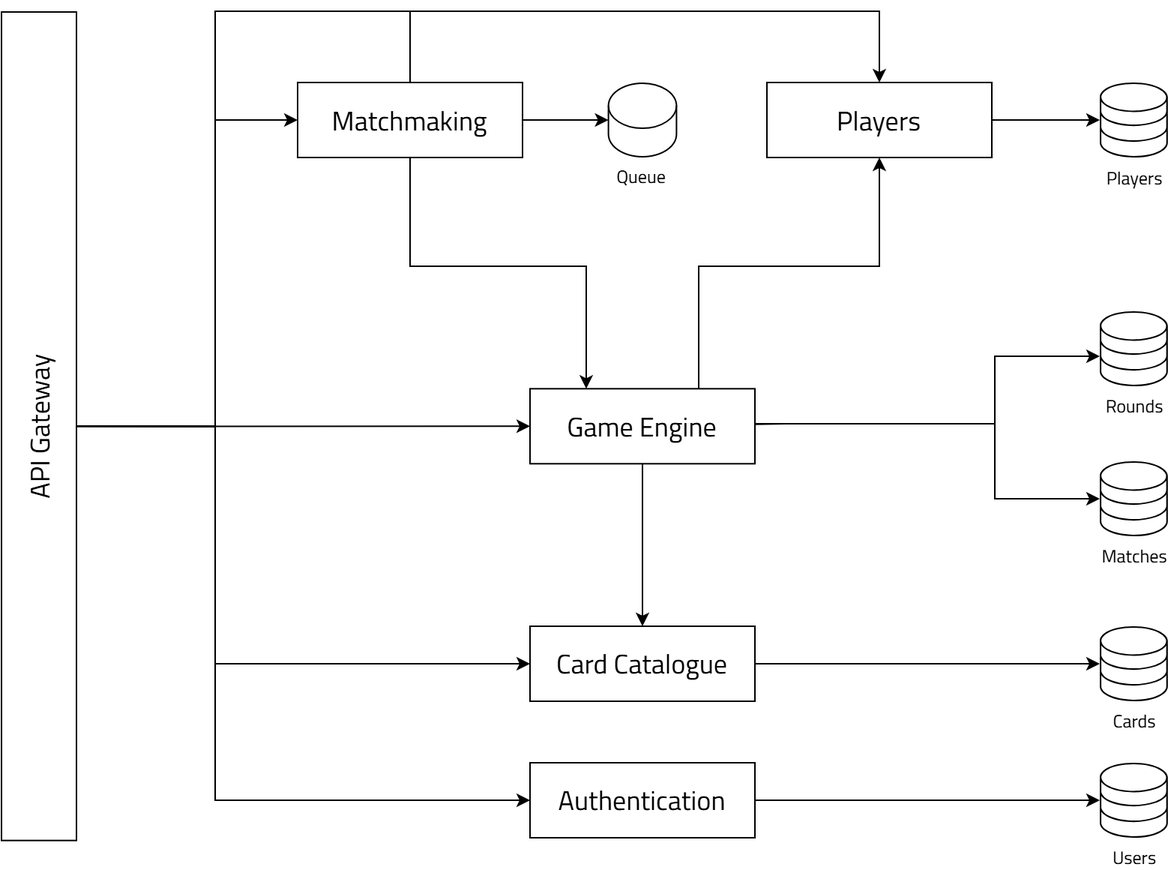
The draw.io diagram docs/images/architecture_report.png in r1olo/ase-project, before a commit. Source tidied: cells renumbered, new cells last; positions are measured from the earlier drawing's top-left corner, leaving out a move shared by most shapes.
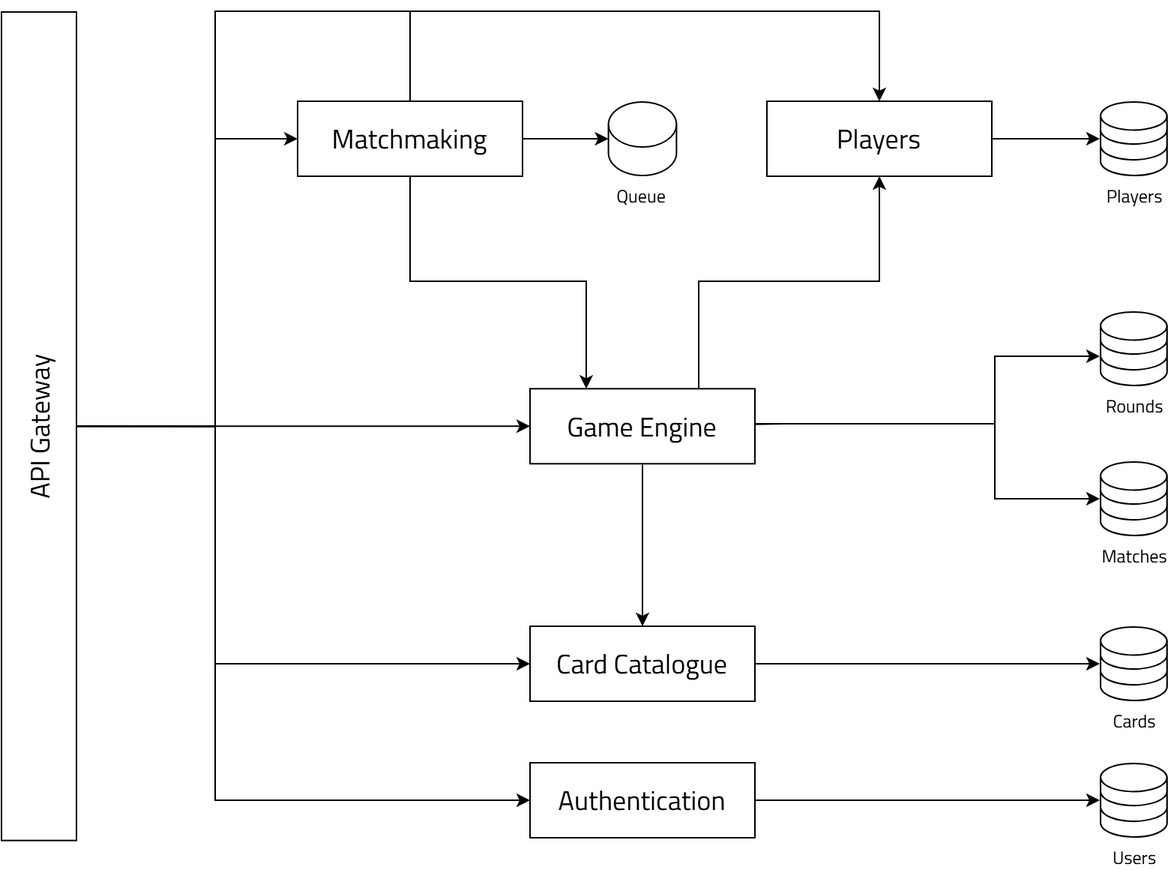
The same diagram one commit later.

What changed in the source:
```diff
@@ -1,34 +1,33 @@
 <mxGraphModel>
   <root>
-    <mxCell id="0" />
-    <mxCell id="1" parent="0" />
+    <mxCell id="29" />
+    <mxCell id="30" parent="29" />
-    <mxCell id="2" style="edgeStyle=orthogonalEdgeStyle;rounded=0;jettySize=auto;html=1;startArrow=none;startFill=0;" parent="1" edge="1" source="3" target="15">
+    <mxCell id="2" style="edgeStyle=orthogonalEdgeStyle;rounded=0;jettySize=auto;html=1;startArrow=none;startFill=0;" parent="30" edge="1" source="3" target="15">
       <mxGeometry relative="1" as="geometry" />
     </mxCell>
-    <mxCell id="3" value="&lt;font style=&quot;font-size: 18px;&quot;&gt;Authentication&lt;/font&gt;" style="rounded=0;whiteSpace=wrap;html=1;fontFamily=Titillium Web;fontSource=https%3A%2F%2Ffonts.googleapis.com%2Fcss2%3Ffamily%3DTitillium%2BWeb%3Aital%2Cwght%400%2C200%3B0%2C300%3B0%2C400%3B0%2C600%3B0%2C700%3B0%2C900%3B1%2C200%3B1%2C300%3B1%2C400%3B1%2C600%3B1%2C700%26display%3Dswap;fillColor=none;" parent="1" vertex="1">
+    <mxCell id="3" value="&lt;font style=&quot;font-size: 18px;&quot;&gt;Authentication&lt;/font&gt;" style="rounded=0;whiteSpace=wrap;html=1;fontFamily=Titillium Web;fontSource=https%3A%2F%2Ffonts.googleapis.com%2Fcss2%3Ffamily%3DTitillium%2BWeb%3Aital%2Cwght%400%2C200%3B0%2C300%3B0%2C400%3B0%2C600%3B0%2C700%3B0%2C900%3B1%2C200%3B1%2C300%3B1%2C400%3B1%2C600%3B1%2C700%26display%3Dswap;fillColor=none;" parent="30" vertex="1">
       <mxGeometry x="604" y="501" width="150" height="50" as="geometry" />
     </mxCell>
-    <mxCell id="4" style="edgeStyle=orthogonalEdgeStyle;rounded=0;jettySize=auto;html=1;startArrow=none;startFill=0;endArrow=classic;endFill=1;entryX=0.25;entryY=0;entryDx=0;entryDy=0;exitX=0.5;exitY=1;exitDx=0;exitDy=0;" parent="1" edge="1" source="7" target="11">
+    <mxCell id="4" style="edgeStyle=orthogonalEdgeStyle;rounded=0;jettySize=auto;html=1;startArrow=none;startFill=0;endArrow=classic;endFill=1;entryX=0.25;entryY=0;entryDx=0;entryDy=0;exitX=0.5;exitY=1;exitDx=0;exitDy=0;" parent="30" edge="1" source="7" target="11">
       <mxGeometry relative="1" as="geometry">
         <Array as="points">
-          <mxPoint x="524" y="170" />
-          <mxPoint x="642" y="170" />
-          <mxPoint x="642" y="252" />
+          <mxPoint x="524" y="180" />
+          <mxPoint x="642" y="180" />
         </Array>
       </mxGeometry>
     </mxCell>
-    <mxCell id="5" style="edgeStyle=orthogonalEdgeStyle;rounded=0;jettySize=auto;html=1;exitX=1;exitY=0.5;exitDx=0;exitDy=0;" parent="1" edge="1" source="25" target="14">
+    <mxCell id="5" style="edgeStyle=orthogonalEdgeStyle;rounded=0;jettySize=auto;html=1;exitX=1;exitY=0.5;exitDx=0;exitDy=0;" parent="30" edge="1" source="25" target="14">
       <mxGeometry relative="1" as="geometry" />
     </mxCell>
-    <mxCell id="6" style="edgeStyle=orthogonalEdgeStyle;rounded=0;jettySize=auto;html=1;endArrow=none;endFill=0;" parent="1" edge="1" source="7">
-      <mxGeometry relative="1" as="geometry">
-        <mxPoint x="524" as="targetPoint" />
-      </mxGeometry>
-    </mxCell>
+    <mxCell id="31" style="edgeStyle=orthogonalEdgeStyle;rounded=0;jettySize=auto;html=1;endArrow=none;endFill=0;" parent="30" edge="1" source="7">
+      <mxGeometry relative="1" as="geometry">
+        <mxPoint x="524" as="targetPoint" />
+      </mxGeometry>
+    </mxCell>
-    <mxCell id="7" value="&lt;font style=&quot;font-size: 18px;&quot;&gt;Matchmaking&lt;/font&gt;" style="rounded=0;whiteSpace=wrap;html=1;fontFamily=Titillium Web;fontSource=https%3A%2F%2Ffonts.googleapis.com%2Fcss2%3Ffamily%3DTitillium%2BWeb%3Aital%2Cwght%400%2C200%3B0%2C300%3B0%2C400%3B0%2C600%3B0%2C700%3B0%2C900%3B1%2C200%3B1%2C300%3B1%2C400%3B1%2C600%3B1%2C700%26display%3Dswap;fillColor=none;" parent="1" vertex="1">
-      <mxGeometry x="449" y="47.5" width="150" height="50" as="geometry" />
+    <mxCell id="7" value="&lt;font style=&quot;font-size: 18px;&quot;&gt;Matchmaking&lt;/font&gt;" style="rounded=0;whiteSpace=wrap;html=1;fontFamily=Titillium Web;fontSource=https%3A%2F%2Ffonts.googleapis.com%2Fcss2%3Ffamily%3DTitillium%2BWeb%3Aital%2Cwght%400%2C200%3B0%2C300%3B0%2C400%3B0%2C600%3B0%2C700%3B0%2C900%3B1%2C200%3B1%2C300%3B1%2C400%3B1%2C600%3B1%2C700%26display%3Dswap;fillColor=none;" parent="30" vertex="1">
+      <mxGeometry x="449" y="60" width="150" height="50" as="geometry" />
     </mxCell>
-    <mxCell id="8" style="edgeStyle=orthogonalEdgeStyle;rounded=0;jettySize=auto;html=1;startArrow=none;startFill=0;" parent="1" edge="1" source="11" target="17">
+    <mxCell id="8" style="edgeStyle=orthogonalEdgeStyle;rounded=0;jettySize=auto;html=1;startArrow=none;startFill=0;" parent="30" edge="1" source="11" target="17">
       <mxGeometry relative="1" as="geometry">
         <Array as="points">
           <mxPoint x="914" y="275" />
@@ -36,7 +35,7 @@
         </Array>
       </mxGeometry>
     </mxCell>
-    <mxCell id="9" style="rounded=0;jettySize=auto;html=1;startArrow=none;startFill=0;" parent="1" edge="1" source="11" target="16">
+    <mxCell id="9" style="rounded=0;jettySize=auto;html=1;startArrow=none;startFill=0;" parent="30" edge="1" source="11" target="16">
       <mxGeometry relative="1" as="geometry">
         <Array as="points">
           <mxPoint x="774" y="275" />
@@ -45,39 +44,39 @@
         </Array>
       </mxGeometry>
     </mxCell>
-    <mxCell id="10" style="edgeStyle=orthogonalEdgeStyle;rounded=0;jettySize=auto;html=1;" parent="1" edge="1" source="11" target="13">
+    <mxCell id="10" style="edgeStyle=orthogonalEdgeStyle;rounded=0;jettySize=auto;html=1;" parent="30" edge="1" source="11" target="13">
       <mxGeometry relative="1" as="geometry" />
     </mxCell>
-    <mxCell id="11" value="&lt;font style=&quot;font-size: 18px;&quot;&gt;Game Engine&lt;/font&gt;" style="rounded=0;whiteSpace=wrap;html=1;fontFamily=Titillium Web;fontSource=https%3A%2F%2Ffonts.googleapis.com%2Fcss2%3Ffamily%3DTitillium%2BWeb%3Aital%2Cwght%400%2C200%3B0%2C300%3B0%2C400%3B0%2C600%3B0%2C700%3B0%2C900%3B1%2C200%3B1%2C300%3B1%2C400%3B1%2C600%3B1%2C700%26display%3Dswap;fillColor=none;" parent="1" vertex="1">
+    <mxCell id="11" value="&lt;font style=&quot;font-size: 18px;&quot;&gt;Game Engine&lt;/font&gt;" style="rounded=0;whiteSpace=wrap;html=1;fontFamily=Titillium Web;fontSource=https%3A%2F%2Ffonts.googleapis.com%2Fcss2%3Ffamily%3DTitillium%2BWeb%3Aital%2Cwght%400%2C200%3B0%2C300%3B0%2C400%3B0%2C600%3B0%2C700%3B0%2C900%3B1%2C200%3B1%2C300%3B1%2C400%3B1%2C600%3B1%2C700%26display%3Dswap;fillColor=none;" parent="30" vertex="1">
       <mxGeometry x="604" y="251.7" width="150" height="50" as="geometry" />
     </mxCell>
-    <mxCell id="12" style="rounded=0;jettySize=auto;html=1;startArrow=none;startFill=0;edgeStyle=orthogonalEdgeStyle;" parent="1" edge="1" source="13" target="23">
+    <mxCell id="12" style="rounded=0;jettySize=auto;html=1;startArrow=none;startFill=0;edgeStyle=orthogonalEdgeStyle;" parent="30" edge="1" source="13" target="23">
       <mxGeometry relative="1" as="geometry" />
     </mxCell>
-    <mxCell id="13" value="&lt;font style=&quot;font-size: 18px;&quot;&gt;Card Catalogue&lt;/font&gt;" style="rounded=0;whiteSpace=wrap;html=1;fontFamily=Titillium Web;fontSource=https%3A%2F%2Ffonts.googleapis.com%2Fcss2%3Ffamily%3DTitillium%2BWeb%3Aital%2Cwght%400%2C200%3B0%2C300%3B0%2C400%3B0%2C600%3B0%2C700%3B0%2C900%3B1%2C200%3B1%2C300%3B1%2C400%3B1%2C600%3B1%2C700%26display%3Dswap;fillColor=none;" parent="1" vertex="1">
+    <mxCell id="13" value="&lt;font style=&quot;font-size: 18px;&quot;&gt;Card Catalogue&lt;/font&gt;" style="rounded=0;whiteSpace=wrap;html=1;fontFamily=Titillium Web;fontSource=https%3A%2F%2Ffonts.googleapis.com%2Fcss2%3Ffamily%3DTitillium%2BWeb%3Aital%2Cwght%400%2C200%3B0%2C300%3B0%2C400%3B0%2C600%3B0%2C700%3B0%2C900%3B1%2C200%3B1%2C300%3B1%2C400%3B1%2C600%3B1%2C700%26display%3Dswap;fillColor=none;" parent="30" vertex="1">
       <mxGeometry x="604" y="410" width="150" height="50" as="geometry" />
     </mxCell>
-    <mxCell id="14" value="Players" style="sketch=0;verticalLabelPosition=bottom;sketch=0;html=1;verticalAlign=top;strokeColor=none;fillColor=#000000;align=center;outlineConnect=0;shape=mxgraph.citrix2.site_database;fontFamily=Titillium Web;fontSource=https%3A%2F%2Ffonts.googleapis.com%2Fcss2%3Ffamily%3DTitillium%2BWeb%3Aital%2Cwght%400%2C200%3B0%2C300%3B0%2C400%3B0%2C600%3B0%2C700%3B0%2C900%3B1%2C200%3B1%2C300%3B1%2C400%3B1%2C600%3B1%2C700%26display%3Dswap;" parent="1" vertex="1">
-      <mxGeometry x="984" y="47.5" width="45.4" height="50" as="geometry" />
+    <mxCell id="14" value="Players" style="sketch=0;verticalLabelPosition=bottom;sketch=0;html=1;verticalAlign=top;strokeColor=none;fillColor=#000000;align=center;outlineConnect=0;shape=mxgraph.citrix2.site_database;fontFamily=Titillium Web;fontSource=https%3A%2F%2Ffonts.googleapis.com%2Fcss2%3Ffamily%3DTitillium%2BWeb%3Aital%2Cwght%400%2C200%3B0%2C300%3B0%2C400%3B0%2C600%3B0%2C700%3B0%2C900%3B1%2C200%3B1%2C300%3B1%2C400%3B1%2C600%3B1%2C700%26display%3Dswap;" parent="30" vertex="1">
+      <mxGeometry x="984" y="60" width="45.4" height="50" as="geometry" />
     </mxCell>
-    <mxCell id="15" value="Users" style="sketch=0;verticalLabelPosition=bottom;sketch=0;html=1;verticalAlign=top;strokeColor=none;fillColor=#000000;align=center;outlineConnect=0;shape=mxgraph.citrix2.site_database;fontFamily=Titillium Web;fontSource=https%3A%2F%2Ffonts.googleapis.com%2Fcss2%3Ffamily%3DTitillium%2BWeb%3Aital%2Cwght%400%2C200%3B0%2C300%3B0%2C400%3B0%2C600%3B0%2C700%3B0%2C900%3B1%2C200%3B1%2C300%3B1%2C400%3B1%2C600%3B1%2C700%26display%3Dswap;" parent="1" vertex="1">
+    <mxCell id="15" value="Users" style="sketch=0;verticalLabelPosition=bottom;sketch=0;html=1;verticalAlign=top;strokeColor=none;fillColor=#000000;align=center;outlineConnect=0;shape=mxgraph.citrix2.site_database;fontFamily=Titillium Web;fontSource=https%3A%2F%2Ffonts.googleapis.com%2Fcss2%3Ffamily%3DTitillium%2BWeb%3Aital%2Cwght%400%2C200%3B0%2C300%3B0%2C400%3B0%2C600%3B0%2C700%3B0%2C900%3B1%2C200%3B1%2C300%3B1%2C400%3B1%2C600%3B1%2C700%26display%3Dswap;" parent="30" vertex="1">
       <mxGeometry x="984" y="501" width="45.4" height="50" as="geometry" />
     </mxCell>
-    <mxCell id="16" value="Matches" style="sketch=0;verticalLabelPosition=bottom;sketch=0;html=1;verticalAlign=top;strokeColor=none;fillColor=#000000;align=center;outlineConnect=0;shape=mxgraph.citrix2.site_database;fontFamily=Titillium Web;fontSource=https%3A%2F%2Ffonts.googleapis.com%2Fcss2%3Ffamily%3DTitillium%2BWeb%3Aital%2Cwght%400%2C200%3B0%2C300%3B0%2C400%3B0%2C600%3B0%2C700%3B0%2C900%3B1%2C200%3B1%2C300%3B1%2C400%3B1%2C600%3B1%2C700%26display%3Dswap;" parent="1" vertex="1">
+    <mxCell id="16" value="Matches" style="sketch=0;verticalLabelPosition=bottom;sketch=0;html=1;verticalAlign=top;strokeColor=none;fillColor=#000000;align=center;outlineConnect=0;shape=mxgraph.citrix2.site_database;fontFamily=Titillium Web;fontSource=https%3A%2F%2Ffonts.googleapis.com%2Fcss2%3Ffamily%3DTitillium%2BWeb%3Aital%2Cwght%400%2C200%3B0%2C300%3B0%2C400%3B0%2C600%3B0%2C700%3B0%2C900%3B1%2C200%3B1%2C300%3B1%2C400%3B1%2C600%3B1%2C700%26display%3Dswap;" parent="30" vertex="1">
       <mxGeometry x="984" y="300" width="45.4" height="50" as="geometry" />
     </mxCell>
-    <mxCell id="17" value="&lt;div&gt;Rounds&lt;/div&gt;&lt;div&gt;&lt;br&gt;&lt;/div&gt;" style="sketch=0;verticalLabelPosition=bottom;sketch=0;html=1;verticalAlign=top;strokeColor=none;fillColor=#000000;align=center;outlineConnect=0;shape=mxgraph.citrix2.site_database;fontFamily=Titillium Web;fontSource=https%3A%2F%2Ffonts.googleapis.com%2Fcss2%3Ffamily%3DTitillium%2BWeb%3Aital%2Cwght%400%2C200%3B0%2C300%3B0%2C400%3B0%2C600%3B0%2C700%3B0%2C900%3B1%2C200%3B1%2C300%3B1%2C400%3B1%2C600%3B1%2C700%26display%3Dswap;gradientColor=default;" parent="1" vertex="1">
+    <mxCell id="17" value="&lt;div&gt;Rounds&lt;/div&gt;&lt;div&gt;&lt;br&gt;&lt;/div&gt;" style="sketch=0;verticalLabelPosition=bottom;sketch=0;html=1;verticalAlign=top;strokeColor=none;fillColor=#000000;align=center;outlineConnect=0;shape=mxgraph.citrix2.site_database;fontFamily=Titillium Web;fontSource=https%3A%2F%2Ffonts.googleapis.com%2Fcss2%3Ffamily%3DTitillium%2BWeb%3Aital%2Cwght%400%2C200%3B0%2C300%3B0%2C400%3B0%2C600%3B0%2C700%3B0%2C900%3B1%2C200%3B1%2C300%3B1%2C400%3B1%2C600%3B1%2C700%26display%3Dswap;gradientColor=default;" parent="30" vertex="1">
       <mxGeometry x="984" y="200" width="45.4" height="50" as="geometry" />
     </mxCell>
-    <mxCell id="18" style="edgeStyle=orthogonalEdgeStyle;rounded=0;jettySize=auto;html=1;exitX=0.5;exitY=1;exitDx=0;exitDy=0;entryX=0;entryY=0.5;entryDx=0;entryDy=0;" parent="1" edge="1" source="22" target="7">
+    <mxCell id="18" style="edgeStyle=orthogonalEdgeStyle;rounded=0;jettySize=auto;html=1;exitX=0.5;exitY=1;exitDx=0;exitDy=0;entryX=0;entryY=0.5;entryDx=0;entryDy=0;" parent="30" edge="1" source="22" target="7">
       <mxGeometry relative="1" as="geometry">
         <Array as="points">
           <mxPoint x="394" y="277" />
-          <mxPoint x="394" y="73" />
+          <mxPoint x="394" y="85" />
         </Array>
       </mxGeometry>
     </mxCell>
-    <mxCell id="19" style="edgeStyle=orthogonalEdgeStyle;rounded=0;jettySize=auto;html=1;entryX=0;entryY=0.5;entryDx=0;entryDy=0;exitX=0.5;exitY=1;exitDx=0;exitDy=0;" parent="1" edge="1" source="22" target="11">
+    <mxCell id="19" style="edgeStyle=orthogonalEdgeStyle;rounded=0;jettySize=auto;html=1;entryX=0;entryY=0.5;entryDx=0;entryDy=0;exitX=0.5;exitY=1;exitDx=0;exitDy=0;" parent="30" edge="1" source="22" target="11">
       <mxGeometry relative="1" as="geometry">
         <Array as="points">
           <mxPoint x="394" y="277" />
@@ -85,7 +84,7 @@
         </Array>
       </mxGeometry>
     </mxCell>
-    <mxCell id="20" style="edgeStyle=orthogonalEdgeStyle;rounded=0;jettySize=auto;html=1;exitX=0.5;exitY=1;exitDx=0;exitDy=0;entryX=0;entryY=0.5;entryDx=0;entryDy=0;" parent="1" edge="1" source="22" target="13">
+    <mxCell id="20" style="edgeStyle=orthogonalEdgeStyle;rounded=0;jettySize=auto;html=1;exitX=0.5;exitY=1;exitDx=0;exitDy=0;entryX=0;entryY=0.5;entryDx=0;entryDy=0;" parent="30" edge="1" source="22" target="13">
       <mxGeometry relative="1" as="geometry">
         <Array as="points">
           <mxPoint x="394" y="277" />
@@ -93,7 +92,7 @@
         </Array>
       </mxGeometry>
     </mxCell>
-    <mxCell id="21" style="edgeStyle=orthogonalEdgeStyle;rounded=0;jettySize=auto;html=1;entryX=0;entryY=0.5;entryDx=0;entryDy=0;exitX=0.5;exitY=1;exitDx=0;exitDy=0;" parent="1" edge="1" source="22" target="3">
+    <mxCell id="21" style="edgeStyle=orthogonalEdgeStyle;rounded=0;jettySize=auto;html=1;entryX=0;entryY=0.5;entryDx=0;entryDy=0;exitX=0.5;exitY=1;exitDx=0;exitDy=0;" parent="30" edge="1" source="22" target="3">
       <mxGeometry relative="1" as="geometry">
         <Array as="points">
           <mxPoint x="394" y="277" />
@@ -101,24 +100,24 @@
         </Array>
       </mxGeometry>
     </mxCell>
-    <mxCell id="22" value="&lt;font style=&quot;font-size: 18px;&quot;&gt;API Gateway&lt;/font&gt;" style="rounded=0;whiteSpace=wrap;html=1;fontFamily=Titillium Web;fontSource=https%3A%2F%2Ffonts.googleapis.com%2Fcss2%3Ffamily%3DTitillium%2BWeb%3Aital%2Cwght%400%2C200%3B0%2C300%3B0%2C400%3B0%2C600%3B0%2C700%3B0%2C900%3B1%2C200%3B1%2C300%3B1%2C400%3B1%2C600%3B1%2C700%26display%3Dswap;rotation=-90;fillColor=none;" parent="1" vertex="1">
+    <mxCell id="22" value="&lt;font style=&quot;font-size: 18px;&quot;&gt;API Gateway&lt;/font&gt;" style="rounded=0;whiteSpace=wrap;html=1;fontFamily=Titillium Web;fontSource=https%3A%2F%2Ffonts.googleapis.com%2Fcss2%3Ffamily%3DTitillium%2BWeb%3Aital%2Cwght%400%2C200%3B0%2C300%3B0%2C400%3B0%2C600%3B0%2C700%3B0%2C900%3B1%2C200%3B1%2C300%3B1%2C400%3B1%2C600%3B1%2C700%26display%3Dswap;rotation=-90;fillColor=none;" parent="30" vertex="1">
       <mxGeometry x="0.3" y="251.7" width="552.3" height="50" as="geometry" />
     </mxCell>
-    <mxCell id="23" value="Cards" style="sketch=0;verticalLabelPosition=bottom;sketch=0;html=1;verticalAlign=top;strokeColor=none;fillColor=#000000;align=center;outlineConnect=0;shape=mxgraph.citrix2.site_database;fontFamily=Titillium Web;fontSource=https%3A%2F%2Ffonts.googleapis.com%2Fcss2%3Ffamily%3DTitillium%2BWeb%3Aital%2Cwght%400%2C200%3B0%2C300%3B0%2C400%3B0%2C600%3B0%2C700%3B0%2C900%3B1%2C200%3B1%2C300%3B1%2C400%3B1%2C600%3B1%2C700%26display%3Dswap;" parent="1" vertex="1">
+    <mxCell id="23" value="Cards" style="sketch=0;verticalLabelPosition=bottom;sketch=0;html=1;verticalAlign=top;strokeColor=none;fillColor=#000000;align=center;outlineConnect=0;shape=mxgraph.citrix2.site_database;fontFamily=Titillium Web;fontSource=https%3A%2F%2Ffonts.googleapis.com%2Fcss2%3Ffamily%3DTitillium%2BWeb%3Aital%2Cwght%400%2C200%3B0%2C300%3B0%2C400%3B0%2C600%3B0%2C700%3B0%2C900%3B1%2C200%3B1%2C300%3B1%2C400%3B1%2C600%3B1%2C700%26display%3Dswap;" parent="30" vertex="1">
       <mxGeometry x="984" y="410" width="45.4" height="50" as="geometry" />
     </mxCell>
-    <mxCell id="24" style="edgeStyle=orthogonalEdgeStyle;rounded=0;jettySize=auto;html=1;exitX=0.5;exitY=1;exitDx=0;exitDy=0;entryX=0.75;entryY=0;entryDx=0;entryDy=0;endArrow=none;endFill=0;startArrow=classic;startFill=1;" parent="1" edge="1" source="25" target="11">
+    <mxCell id="24" style="edgeStyle=orthogonalEdgeStyle;rounded=0;jettySize=auto;html=1;exitX=0.5;exitY=1;exitDx=0;exitDy=0;entryX=0.75;entryY=0;entryDx=0;entryDy=0;endArrow=none;endFill=0;startArrow=classic;startFill=1;" parent="30" edge="1" source="25" target="11">
       <mxGeometry relative="1" as="geometry">
         <Array as="points">
-          <mxPoint x="837" y="170" />
-          <mxPoint x="717" y="170" />
+          <mxPoint x="837" y="180" />
+          <mxPoint x="717" y="180" />
         </Array>
       </mxGeometry>
     </mxCell>
-    <mxCell id="25" value="&lt;font style=&quot;font-size: 18px;&quot;&gt;Players&lt;/font&gt;" style="rounded=0;whiteSpace=wrap;html=1;fontFamily=Titillium Web;fontSource=https%3A%2F%2Ffonts.googleapis.com%2Fcss2%3Ffamily%3DTitillium%2BWeb%3Aital%2Cwght%400%2C200%3B0%2C300%3B0%2C400%3B0%2C600%3B0%2C700%3B0%2C900%3B1%2C200%3B1%2C300%3B1%2C400%3B1%2C600%3B1%2C700%26display%3Dswap;fillColor=none;" parent="1" vertex="1">
-      <mxGeometry x="762" y="47.5" width="150" height="50" as="geometry" />
+    <mxCell id="25" value="&lt;font style=&quot;font-size: 18px;&quot;&gt;Players&lt;/font&gt;" style="rounded=0;whiteSpace=wrap;html=1;fontFamily=Titillium Web;fontSource=https%3A%2F%2Ffonts.googleapis.com%2Fcss2%3Ffamily%3DTitillium%2BWeb%3Aital%2Cwght%400%2C200%3B0%2C300%3B0%2C400%3B0%2C600%3B0%2C700%3B0%2C900%3B1%2C200%3B1%2C300%3B1%2C400%3B1%2C600%3B1%2C700%26display%3Dswap;fillColor=none;" parent="30" vertex="1">
+      <mxGeometry x="762" y="60" width="150" height="50" as="geometry" />
     </mxCell>
-    <mxCell id="26" style="endArrow=classic;html=1;rounded=0;exitX=0.5;exitY=1;exitDx=0;exitDy=0;entryX=0.5;entryY=0;entryDx=0;entryDy=0;" parent="1" edge="1" source="22" target="25">
+    <mxCell id="26" style="endArrow=classic;html=1;rounded=0;exitX=0.5;exitY=1;exitDx=0;exitDy=0;entryX=0.5;entryY=0;entryDx=0;entryDy=0;" parent="30" edge="1" source="22" target="25">
       <mxGeometry relative="1" as="geometry">
         <Array as="points">
           <mxPoint x="394" y="277" />
@@ -128,11 +127,11 @@
         </Array>
       </mxGeometry>
     </mxCell>
-    <mxCell id="27" style="endArrow=classic;startArrow=none;html=1;rounded=0;startFill=0;exitX=1;exitY=0.5;exitDx=0;exitDy=0;entryX=0;entryY=0.5;entryDx=0;entryDy=0;entryPerimeter=0;" parent="1" edge="1" source="7" target="28">
+    <mxCell id="27" style="endArrow=classic;startArrow=none;html=1;rounded=0;startFill=0;exitX=1;exitY=0.5;exitDx=0;exitDy=0;entryX=0;entryY=0.5;entryDx=0;entryDy=0;entryPerimeter=0;" parent="30" edge="1" source="7" target="28">
       <mxGeometry relative="1" as="geometry" />
     </mxCell>
-    <mxCell id="28" value="Queue" style="shape=cylinder3;whiteSpace=wrap;html=1;boundedLbl=1;backgroundOutline=1;size=15;fontFamily=Titillium Web;fontSource=https%3A%2F%2Ffonts.googleapis.com%2Fcss%3Ffamily%3DTitillium%2BWeb;labelPosition=center;verticalLabelPosition=bottom;align=center;verticalAlign=top;fillColor=none;" parent="1" vertex="1">
-      <mxGeometry x="656.3" y="48" width="45.4" height="49" as="geometry" />
+    <mxCell id="28" value="Queue" style="shape=cylinder3;whiteSpace=wrap;html=1;boundedLbl=1;backgroundOutline=1;size=15;fontFamily=Titillium Web;fontSource=https%3A%2F%2Ffonts.googleapis.com%2Fcss%3Ffamily%3DTitillium%2BWeb;labelPosition=center;verticalLabelPosition=bottom;align=center;verticalAlign=top;fillColor=none;" parent="30" vertex="1">
+      <mxGeometry x="656.3" y="60.5" width="45.4" height="49" as="geometry" />
     </mxCell>
   </root>
 </mxGraphModel>
```
